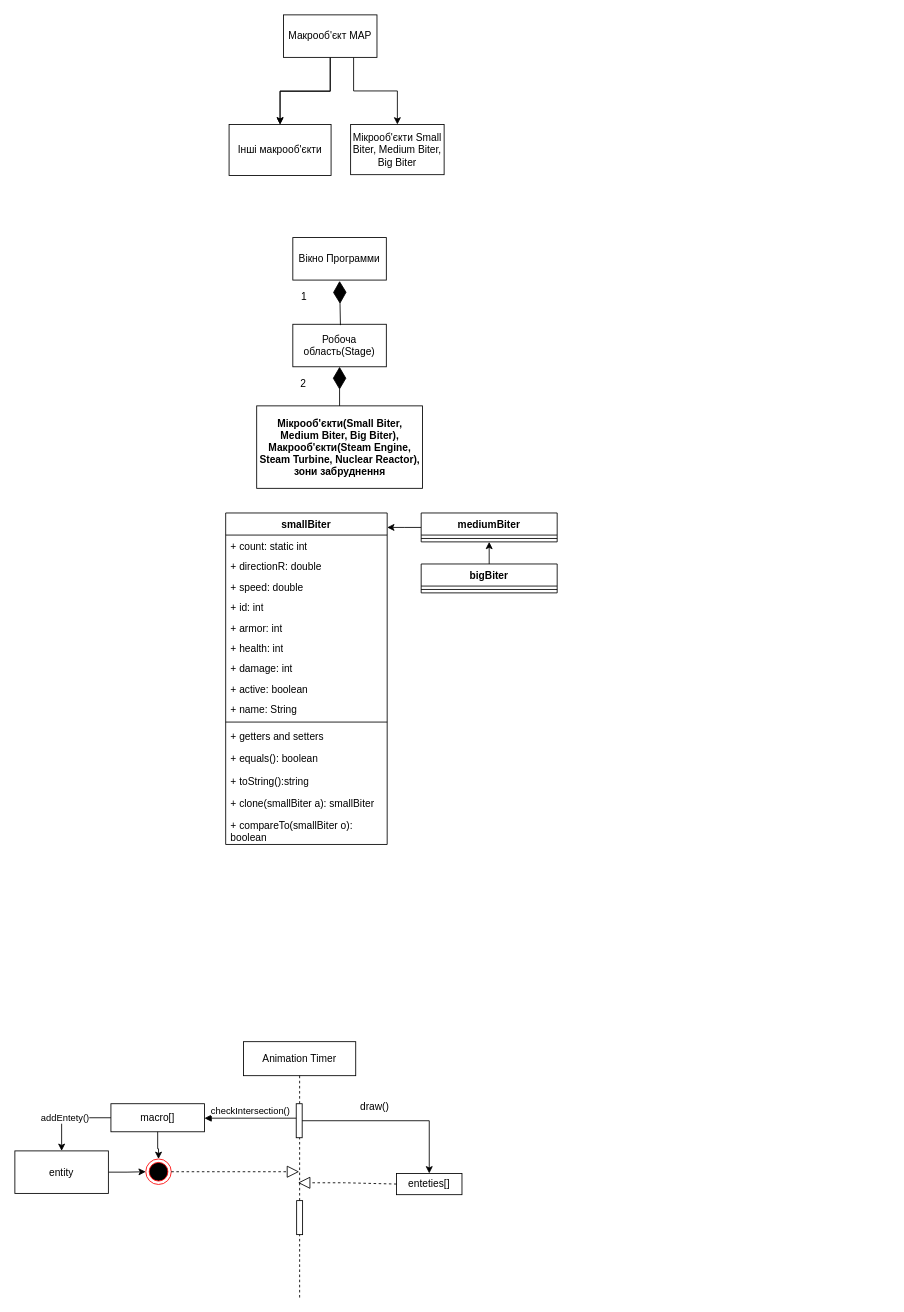
Before: oop2023_3part.drawio in TheL0br1/OOP23, a draw.io diagram. Source tidied: cells renumbered, new cells numbered last; positions are measured from the earlier drawing's top-left corner, leaving out a move shared by most shapes. Both pictures are drawn from the tidied source at 85%, with x=0, y=0 at pixel (14, 14).
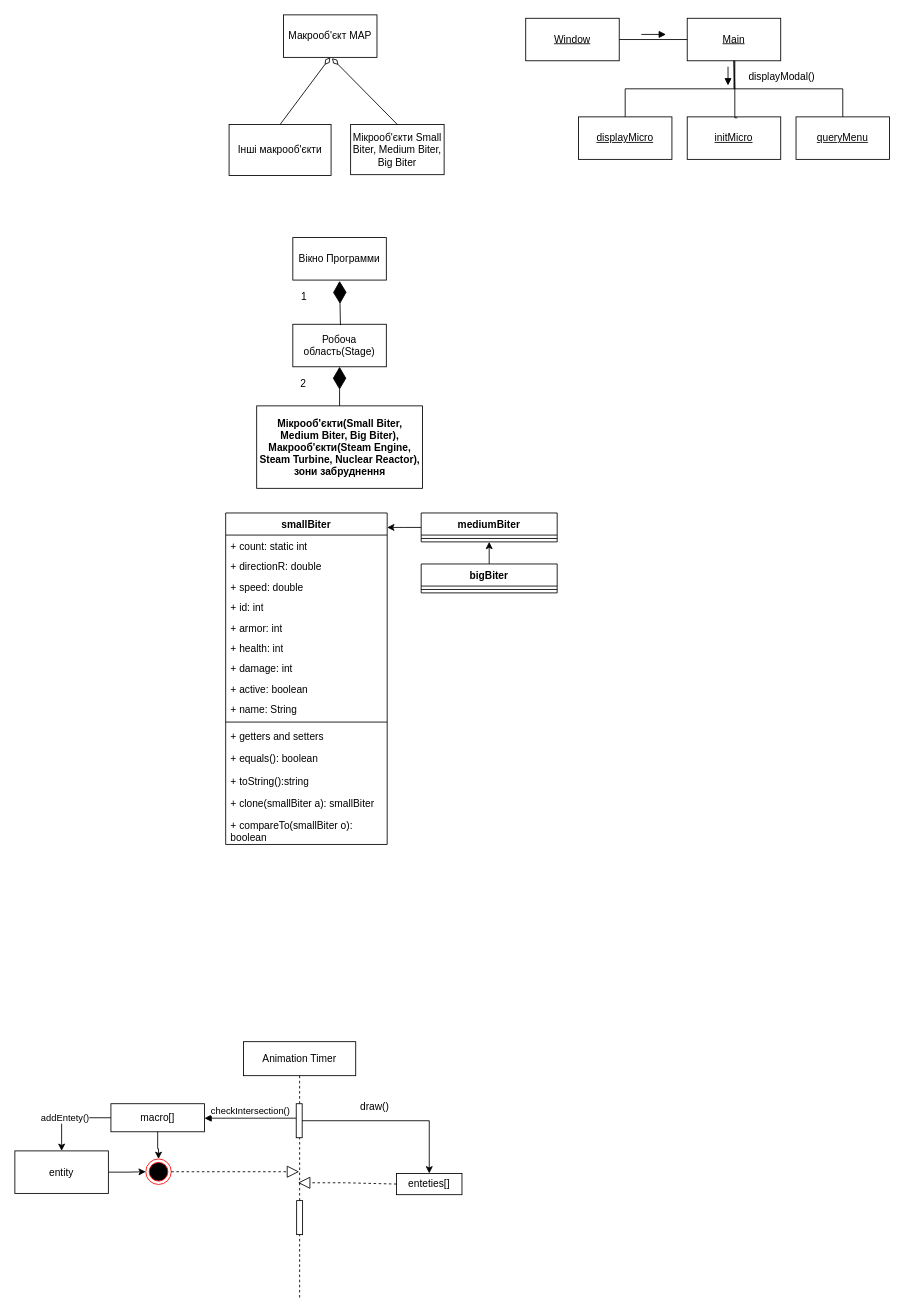
After the change.

The change refers to these unchanged cells:
```xml
<mxCell id="27" value="Макрооб'єкт MAP" style="html=1;whiteSpace=wrap;" parent="1" vertex="1">
  <mxGeometry x="316" width="110" height="50" as="geometry" />
</mxCell>
<mxCell id="28" value="Інші макрооб'єкти" style="whiteSpace=wrap;html=1;" parent="1" vertex="1">
  <mxGeometry x="252" y="129" width="120" height="60" as="geometry" />
</mxCell>
<mxCell id="29" value="Мікрооб'єкти Small Biter, Medium Biter, Big Biter" style="html=1;whiteSpace=wrap;" parent="1" vertex="1">
  <mxGeometry x="395" y="129" width="110" height="59" as="geometry" />
</mxCell>
```

The edit, as a diff of the source:
```diff
@@
-    <mxCell id="24" style="edgeStyle=orthogonalEdgeStyle;rounded=0;jettySize=auto;html=1;" parent="1" edge="1" source="27" target="28">
-      <mxGeometry relative="1" as="geometry" />
-    </mxCell>
-    <mxCell id="25" style="edgeStyle=elbowEdgeStyle;rounded=0;jettySize=auto;html=1;elbow=vertical;" parent="1" edge="1" source="27" target="28">
-      <mxGeometry relative="1" as="geometry" />
-    </mxCell>
-    <mxCell id="26" style="edgeStyle=orthogonalEdgeStyle;rounded=0;jettySize=auto;html=1;exitX=0.75;exitY=1;exitDx=0;exitDy=0;" parent="1" edge="1" source="27" target="29">
-      <mxGeometry relative="1" as="geometry" />
-    </mxCell>
@@
+    <mxCell id="53" value="&lt;u&gt;Window&lt;/u&gt;" style="html=1;whiteSpace=wrap;" parent="1" vertex="1">
+      <mxGeometry x="601" y="4" width="110" height="50" as="geometry" />
+    </mxCell>
+    <mxCell id="54" value="&lt;u&gt;Main&lt;/u&gt;" style="html=1;whiteSpace=wrap;" parent="1" vertex="1">
+      <mxGeometry x="791" y="4" width="110" height="50" as="geometry" />
+    </mxCell>
+    <mxCell id="55" value="&lt;u&gt;displayMicro&lt;/u&gt;" style="html=1;whiteSpace=wrap;" parent="1" vertex="1">
+      <mxGeometry x="663" y="120" width="110" height="50" as="geometry" />
+    </mxCell>
+    <mxCell id="56" value="&lt;u&gt;initMicro&lt;/u&gt;" style="html=1;whiteSpace=wrap;" parent="1" vertex="1">
+      <mxGeometry x="791" y="120" width="110" height="50" as="geometry" />
+    </mxCell>
+    <mxCell id="57" value="&lt;u&gt;queryMenu&lt;/u&gt;" style="html=1;whiteSpace=wrap;" parent="1" vertex="1">
+      <mxGeometry x="919" y="120" width="110" height="50" as="geometry" />
+    </mxCell>
+    <mxCell id="58" value="displayModal()" style="text;html=1;align=center;verticalAlign=middle;strokeColor=none;fillColor=none;" parent="1" vertex="1">
+      <mxGeometry x="854" y="60" width="96" height="26" as="geometry" />
+    </mxCell>
+    <mxCell id="59" style="endArrow=none;startArrow=diamondThin;endFill=0;startFill=0;html=1;verticalAlign=bottom;labelBackgroundColor=none;strokeWidth=1;startSize=8;endSize=8;rounded=0;entryX=0.5;entryY=0;entryDx=0;entryDy=0;" parent="1" edge="1" target="29">
+      <mxGeometry relative="1" as="geometry">
+        <mxPoint x="373" y="51" as="sourcePoint" />
+      </mxGeometry>
+    </mxCell>
+    <mxCell id="60" style="endArrow=none;startArrow=diamondThin;endFill=0;startFill=0;html=1;verticalAlign=bottom;labelBackgroundColor=none;strokeWidth=1;startSize=8;endSize=8;rounded=0;exitX=0.5;exitY=1;exitDx=0;exitDy=0;entryX=0.5;entryY=0;entryDx=0;entryDy=0;" parent="1" edge="1" source="27" target="28">
+      <mxGeometry relative="1" as="geometry" />
+    </mxCell>
+    <mxCell id="61" style="endArrow=none;html=1;endSize=12;startArrow=none;startSize=14;startFill=0;edgeStyle=orthogonalEdgeStyle;align=center;verticalAlign=bottom;endFill=0;rounded=0;entryX=0.5;entryY=1;entryDx=0;entryDy=0;exitX=0.5;exitY=0;exitDx=0;exitDy=0;" parent="1" edge="1">
+      <mxGeometry y="3" relative="1" as="geometry">
+        <mxPoint x="718" y="120" as="sourcePoint" />
+        <mxPoint x="846" y="54" as="targetPoint" />
+        <Array as="points">
+          <mxPoint x="718" y="87" />
+          <mxPoint x="847" y="87" />
+          <mxPoint x="847" y="54" />
+        </Array>
+      </mxGeometry>
+    </mxCell>
+    <mxCell id="62" style="endArrow=none;html=1;endSize=12;startArrow=none;startSize=14;startFill=0;edgeStyle=orthogonalEdgeStyle;align=center;verticalAlign=bottom;endFill=0;rounded=0;entryX=0.5;entryY=1;entryDx=0;entryDy=0;exitX=0.527;exitY=0.023;exitDx=0;exitDy=0;exitPerimeter=0;" parent="1" edge="1">
+      <mxGeometry y="3" relative="1" as="geometry">
+        <mxPoint x="850" y="121.1" as="sourcePoint" />
+        <mxPoint x="847" y="54" as="targetPoint" />
+        <Array as="points">
+          <mxPoint x="847" y="121" />
+        </Array>
+      </mxGeometry>
+    </mxCell>
+    <mxCell id="63" style="endArrow=none;html=1;endSize=12;startArrow=none;startSize=14;startFill=0;edgeStyle=orthogonalEdgeStyle;align=center;verticalAlign=bottom;endFill=0;rounded=0;exitX=0.5;exitY=1;exitDx=0;exitDy=0;" parent="1" edge="1" source="54" target="57">
+      <mxGeometry y="3" relative="1" as="geometry" />
+    </mxCell>
+    <mxCell id="64" style="html=1;verticalAlign=bottom;labelBackgroundColor=none;endArrow=block;endFill=1;endSize=6;align=left;rounded=0;" parent="1" edge="1">
+      <mxGeometry x="-1" relative="1" as="geometry">
+        <mxPoint x="839" y="61" as="sourcePoint" />
+        <mxPoint x="839" y="83" as="targetPoint" />
+      </mxGeometry>
+    </mxCell>
+    <mxCell id="65" style="endArrow=none;html=1;endSize=12;startArrow=none;startSize=14;startFill=0;edgeStyle=orthogonalEdgeStyle;align=center;verticalAlign=bottom;endFill=0;rounded=0;entryX=0;entryY=0.5;entryDx=0;entryDy=0;exitX=1;exitY=0.5;exitDx=0;exitDy=0;" parent="1" edge="1" source="53" target="54">
+      <mxGeometry x="-0.25" y="7" relative="1" as="geometry" />
+    </mxCell>
+    <mxCell id="66" style="html=1;verticalAlign=bottom;labelBackgroundColor=none;endArrow=block;endFill=1;endSize=6;align=left;rounded=0;" parent="1" edge="1">
+      <mxGeometry x="-1" relative="1" as="geometry">
+        <mxPoint x="737" y="23" as="sourcePoint" />
+        <mxPoint x="766" y="23" as="targetPoint" />
+      </mxGeometry>
+    </mxCell>
```
